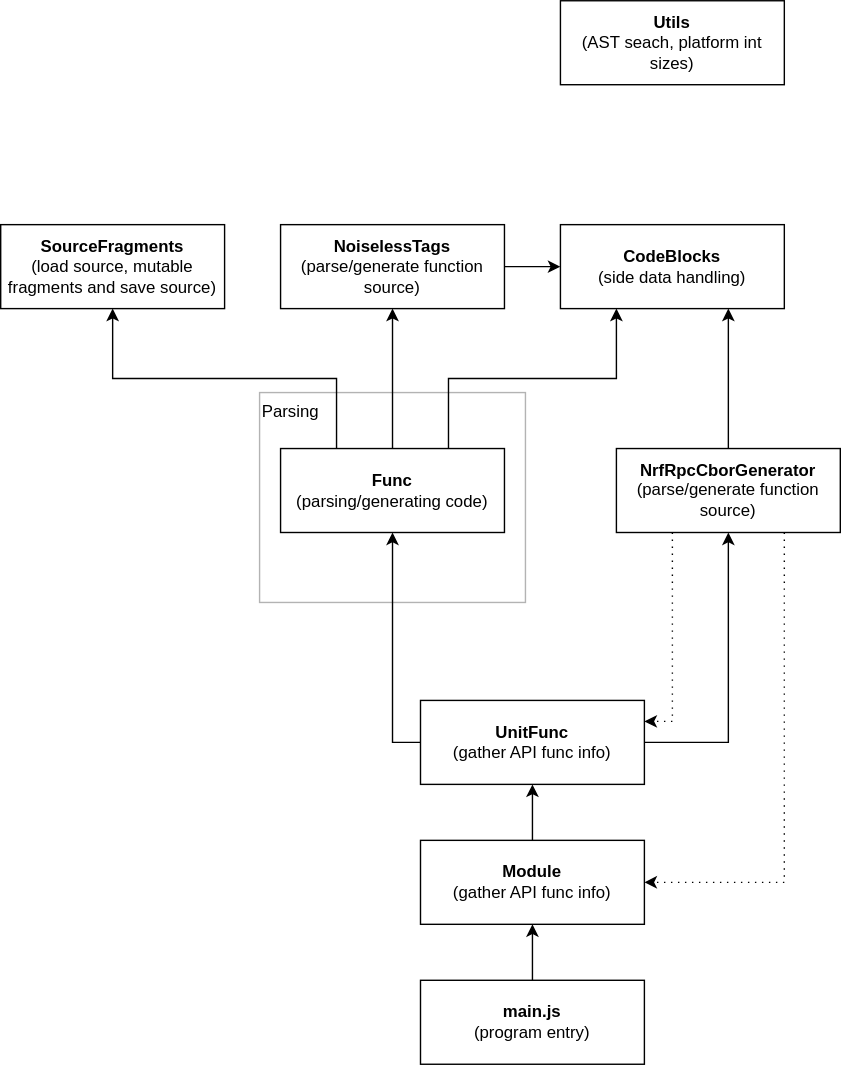
The draw.io diagram Arch.drawio.svg in doki-nordic/nrf_rpc_generator, before a commit. Source tidied: cells renumbered, new cells last; positions are measured from the earlier drawing's top-left corner, leaving out a move shared by most shapes.
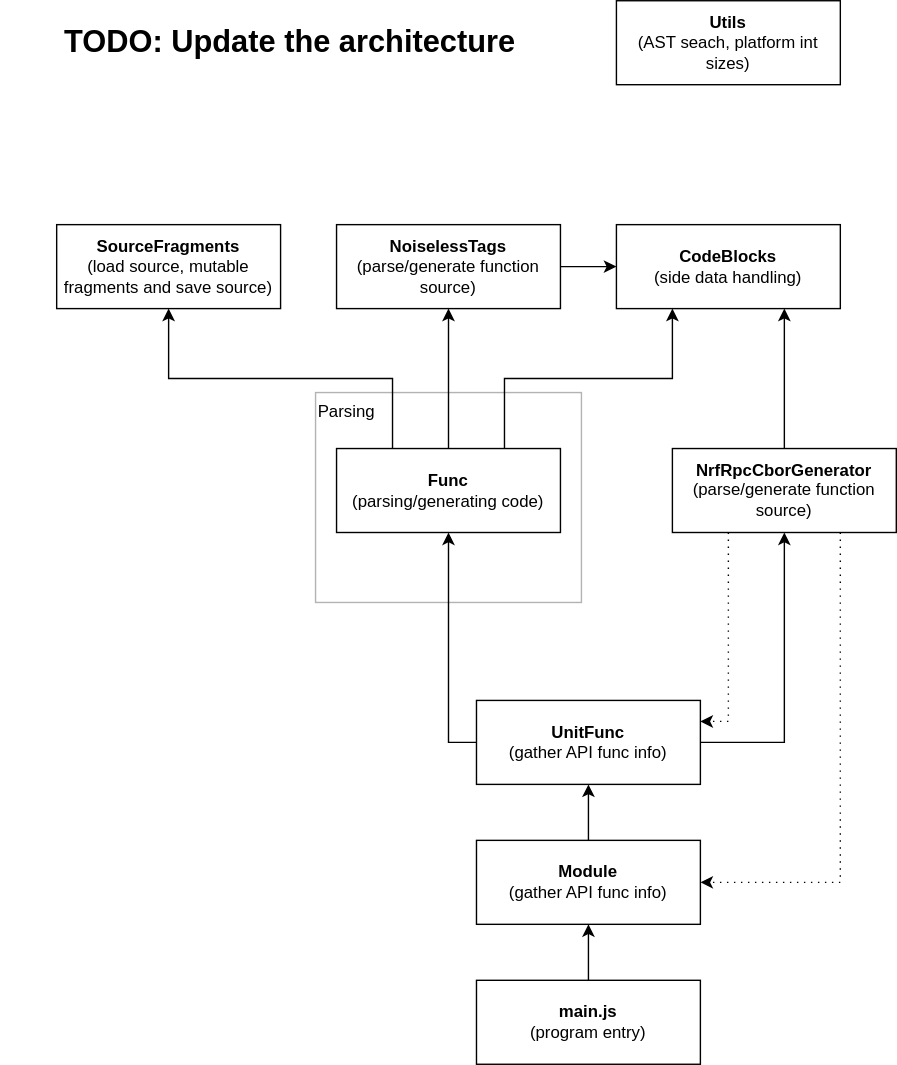
After the commit.

Change to the diagram source:
```diff
@@ -68,5 +68,8 @@
     <mxCell id="23" value="&lt;b&gt;main.js&lt;/b&gt;&lt;br&gt;(program entry)" style="rounded=0;whiteSpace=wrap;html=1;" parent="1" vertex="1">
       <mxGeometry x="300" y="700" width="160" height="60" as="geometry" />
     </mxCell>
+    <mxCell id="24" value="TODO: Update the architecture&amp;nbsp;" style="text;html=1;strokeColor=none;fillColor=none;align=center;verticalAlign=middle;whiteSpace=wrap;rounded=0;fontSize=22;fontStyle=1;" parent="1" vertex="1">
+      <mxGeometry x="-40" y="10" width="420" height="40" as="geometry" />
+    </mxCell>
   </root>
 </mxGraphModel>
```
